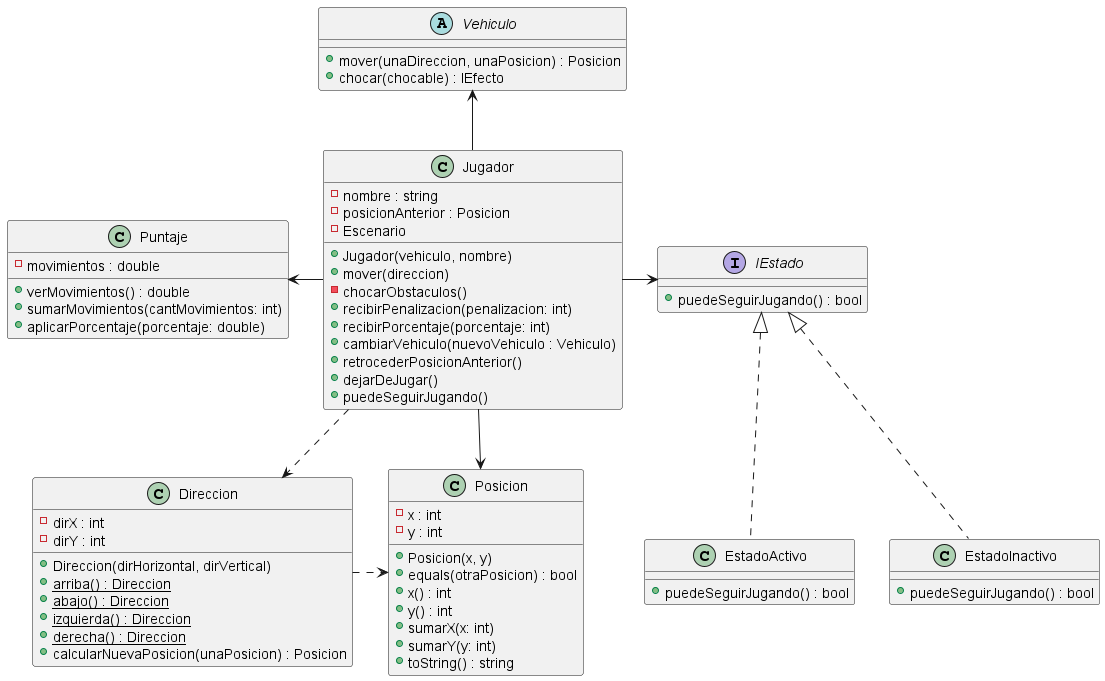
The PlantUML diagram diagrams/classes/diagrama_jugador.png in NestorPala/T17-GPSChallenge, before a commit. Its source is kept beside it as diagrams/classes/diagrama_jugador.puml. Its diagram source:
```plantuml
@startuml

class Jugador {
    - nombre : string
    - posicionAnterior : Posicion
    - Escenario
    + Jugador(vehiculo, nombre)
    + mover(direccion)
    - chocarObstaculos()
    + recibirPenalizacion(penalizacion: int)
    + recibirPorcentaje(porcentaje: int)
    + cambiarVehiculo(nuevoVehiculo : Vehiculo)
    + retrocederPosicionAnterior()
    + dejarDeJugar()
    + puedeSeguirJugando()
}

abstract class Vehiculo {
    + mover(unaDireccion, unaPosicion) : Posicion
    + chocar(chocable) : IEfecto
}

class Puntaje {
    - movimientos : double
    + verMovimientos() : double
    + sumarMovimientos(cantMovimientos: int)
    + aplicarPorcentaje(porcentaje: double)
}

class Posicion {
    - x : int
    - y : int
    + Posicion(x, y)
    + equals(otraPosicion) : bool
    + x() : int
    + y() : int
    + sumarX(x: int)
    + sumarY(y: int)
    + toString() : string
}

class Direccion {
    - dirX : int
    - dirY : int
    + Direccion(dirHorizontal, dirVertical)
    + arriba() : Direccion {static}
    + abajo() : Direccion {static}
    + izquierda() : Direccion {static}
    + derecha() : Direccion {static}
    + calcularNuevaPosicion(unaPosicion) : Posicion
}

interface IEstado {
    + puedeSeguirJugando() : bool
}

class EstadoActivo {
    + puedeSeguirJugando() : bool
}

class EstadoInactivo {
    + puedeSeguirJugando() : bool
}

Vehiculo <-- Jugador
Jugador -> Posicion
Jugador ..> Direccion
Direccion .> Posicion
Puntaje <- Jugador
Jugador -> IEstado
IEstado <|.. EstadoActivo
IEstado <|.. EstadoInactivo


@enduml
```
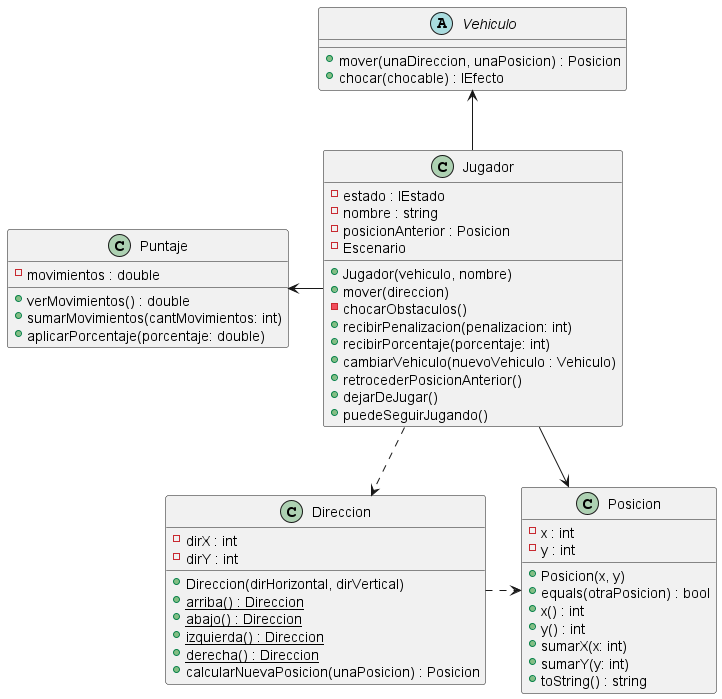
Later version of the same file.

Commit message:
modifico diagramas de clases (Jugador)

The edit, as a diff of the source:
```diff
@@ -1,6 +1,7 @@
 @startuml
 
 class Jugador {
+    - estado : IEstado
     - nombre : string
     - posicionAnterior : Posicion
     - Escenario
@@ -50,26 +51,10 @@
     + calcularNuevaPosicion(unaPosicion) : Posicion
 }
 
-interface IEstado {
-    + puedeSeguirJugando() : bool
-}
-
-class EstadoActivo {
-    + puedeSeguirJugando() : bool
-}
-
-class EstadoInactivo {
-    + puedeSeguirJugando() : bool
-}
-
 Vehiculo <-- Jugador
 Jugador -> Posicion
 Jugador ..> Direccion
 Direccion .> Posicion
 Puntaje <- Jugador
-Jugador -> IEstado
-IEstado <|.. EstadoActivo
-IEstado <|.. EstadoInactivo
-
 
 @enduml
```
